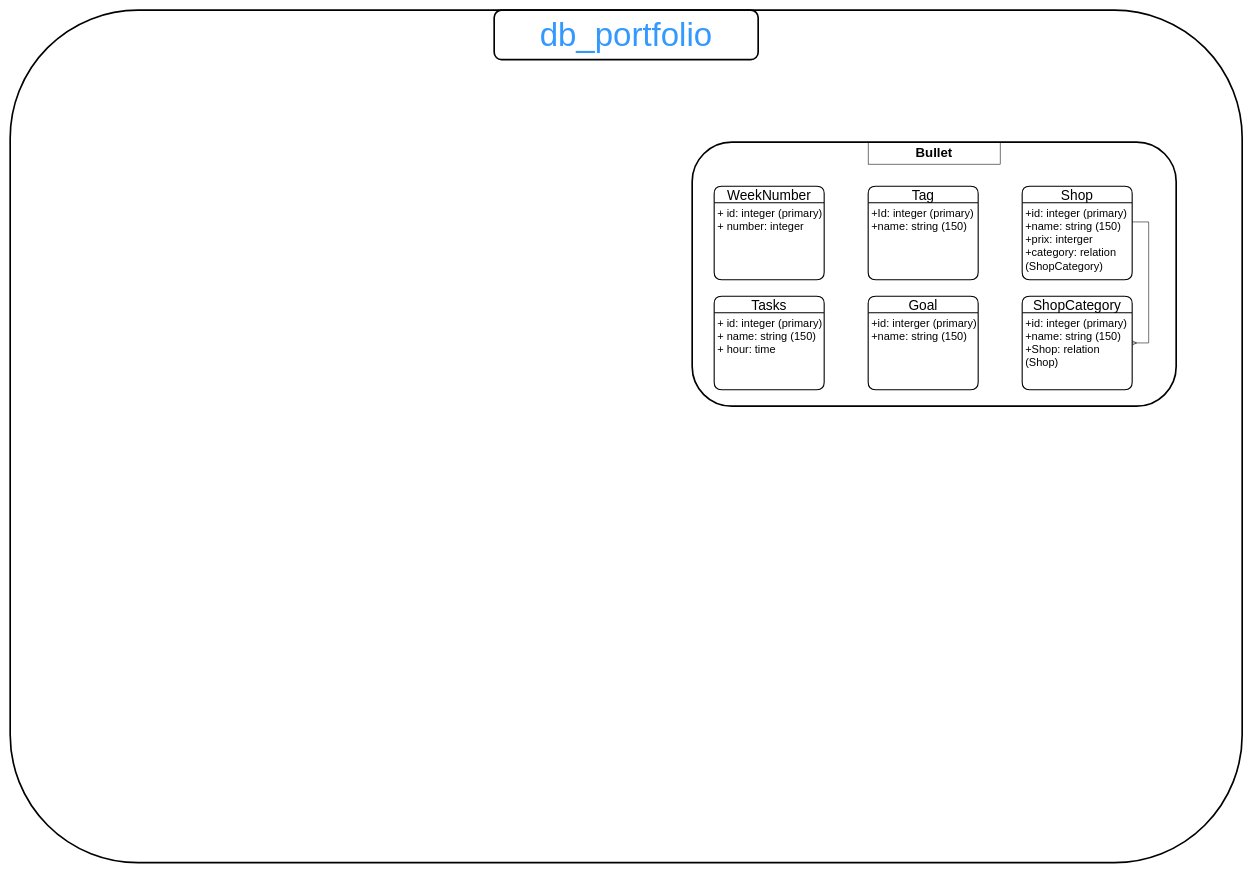
This is public/portfolio.drawio from gwendvr/Portfolio-Gwen, a draw.io file, before an edit. Source tidied: cells renumbered, new cells numbered last; positions are measured from the earlier drawing's top-left corner, leaving out a move shared by most shapes. Both pictures are drawn from the tidied source at 55%, with x=0, y=0 at pixel (10, 10).
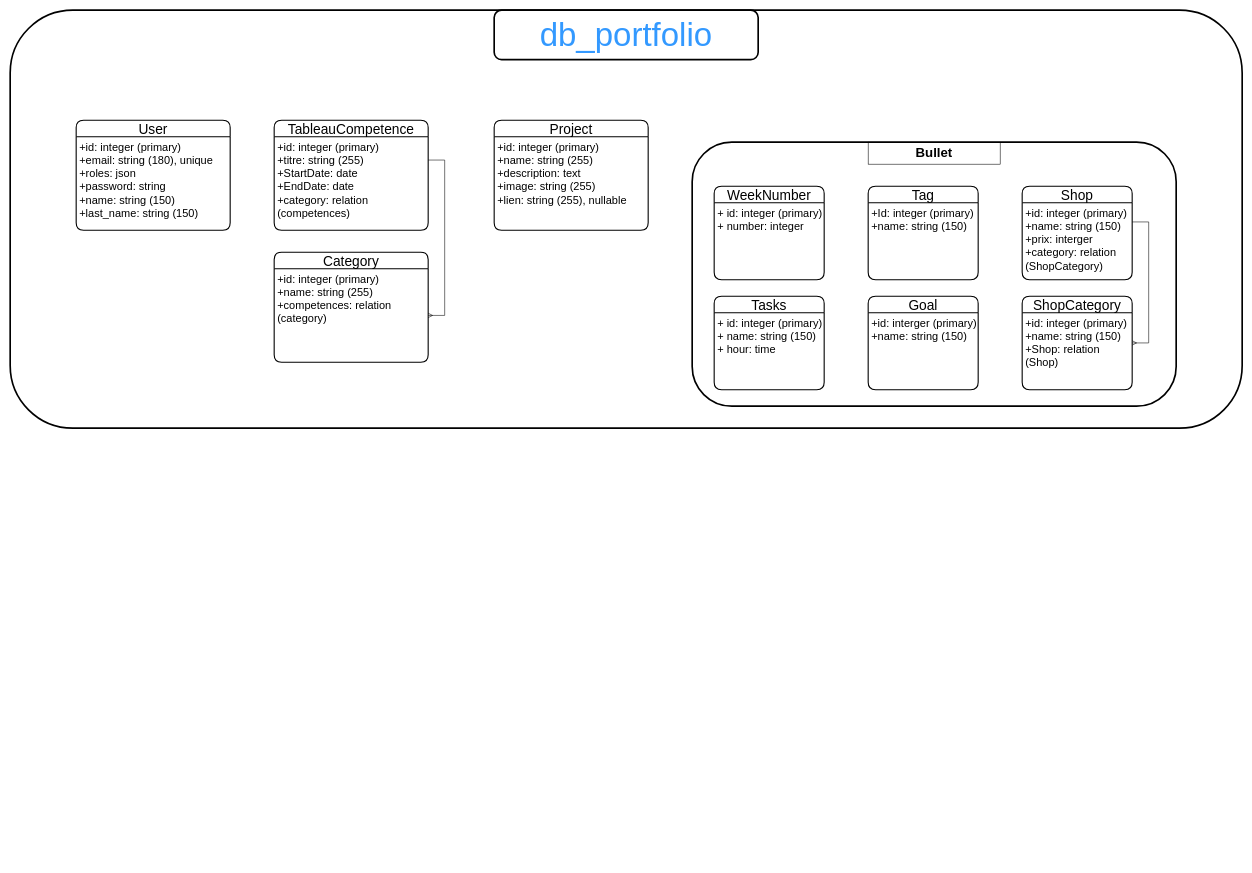
After the change.

Change to the diagram source:
```diff
@@
     <mxCell id="2" style="rounded=1;whiteSpace=wrap;html=1;fillColor=none;strokeWidth=3;" parent="1" vertex="1">
-      <mxGeometry width="2240" height="1550" as="geometry" />
+      <mxGeometry width="2240" height="760" as="geometry" />
     </mxCell>
@@
+    <mxCell id="19" value="User" style="swimlane;horizontal=1;startSize=30;rounded=1;fontSize=25;fontStyle=0;strokeWidth=2;shadow=0;dashed=0;align=center;fontFamily=Helvetica;fontColor=#000000;fillColor=none;" parent="1" vertex="1">
+      <mxGeometry x="120" y="200" width="280" height="200" as="geometry" />
+    </mxCell>
+    <mxCell id="20" value="+id: integer (primary)&#10;+email: string (180), unique&#10;+roles: json&#10;+password: string&#10;+name: string (150)&#10;+last_name: string (150)" style="align=left;strokeColor=none;fillColor=none;spacingLeft=4;fontSize=20;verticalAlign=top;fontFamily=Helvetica;fontColor=#000000;" parent="19" vertex="1">
+      <mxGeometry y="30" width="280" height="170" as="geometry" />
+    </mxCell>
+    <mxCell id="21" value="TableauCompetence" style="swimlane;horizontal=1;startSize=30;rounded=1;fontSize=25;fontStyle=0;strokeWidth=2;shadow=0;dashed=0;align=center;fontFamily=Helvetica;fontColor=#000000;fillColor=none;" parent="1" vertex="1">
+      <mxGeometry x="480" y="200" width="280" height="200" as="geometry" />
+    </mxCell>
+    <mxCell id="22" value="+id: integer (primary)&#10;+titre: string (255)&#10;+StartDate: date&#10;+EndDate: date&#10;+category: relation&#10;(competences)" style="align=left;strokeColor=none;fillColor=none;spacingLeft=4;fontSize=20;verticalAlign=top;fontFamily=Helvetica;fontColor=#000000;" parent="21" vertex="1">
+      <mxGeometry y="30" width="280" height="170" as="geometry" />
+    </mxCell>
+    <mxCell id="23" value="Category" style="swimlane;horizontal=1;startSize=30;rounded=1;fontSize=25;fontStyle=0;strokeWidth=2;shadow=0;dashed=0;align=center;fontFamily=Helvetica;fontColor=#000000;fillColor=none;" parent="1" vertex="1">
+      <mxGeometry x="480" y="440" width="280" height="200" as="geometry" />
+    </mxCell>
+    <mxCell id="24" value="+id: integer (primary)&#10;+name: string (255)&#10;+competences: relation&#10;(category)" style="align=left;strokeColor=none;fillColor=none;spacingLeft=4;fontSize=20;verticalAlign=top;fontFamily=Helvetica;fontColor=#000000;" parent="23" vertex="1">
+      <mxGeometry y="30" width="280" height="170" as="geometry" />
+    </mxCell>
+    <mxCell id="25" style="edgeStyle=entityRelationEdgeStyle;fontSize=12;html=1;endArrow=ERmany;rounded=0;fontFamily=Helvetica;fontColor=#000000;entryX=1;entryY=0.5;entryDx=0;entryDy=0;exitX=1;exitY=0.25;exitDx=0;exitDy=0;" parent="1" edge="1" source="22" target="24">
+      <mxGeometry relative="1" as="geometry" />
+    </mxCell>
+    <mxCell id="26" value="Project" style="swimlane;horizontal=1;startSize=30;rounded=1;fontSize=25;fontStyle=0;strokeWidth=2;shadow=0;dashed=0;align=center;fontFamily=Helvetica;fontColor=#000000;fillColor=none;" parent="1" vertex="1">
+      <mxGeometry x="880" y="200" width="280" height="200" as="geometry" />
+    </mxCell>
+    <mxCell id="27" value="+id: integer (primary)&#10;+name: string (255)&#10;+description: text&#10;+image: string (255)&#10;+lien: string (255), nullable" style="align=left;strokeColor=none;fillColor=none;spacingLeft=4;fontSize=20;verticalAlign=top;fontFamily=Helvetica;fontColor=#000000;" parent="26" vertex="1">
+      <mxGeometry y="30" width="280" height="170" as="geometry" />
+    </mxCell>
```
